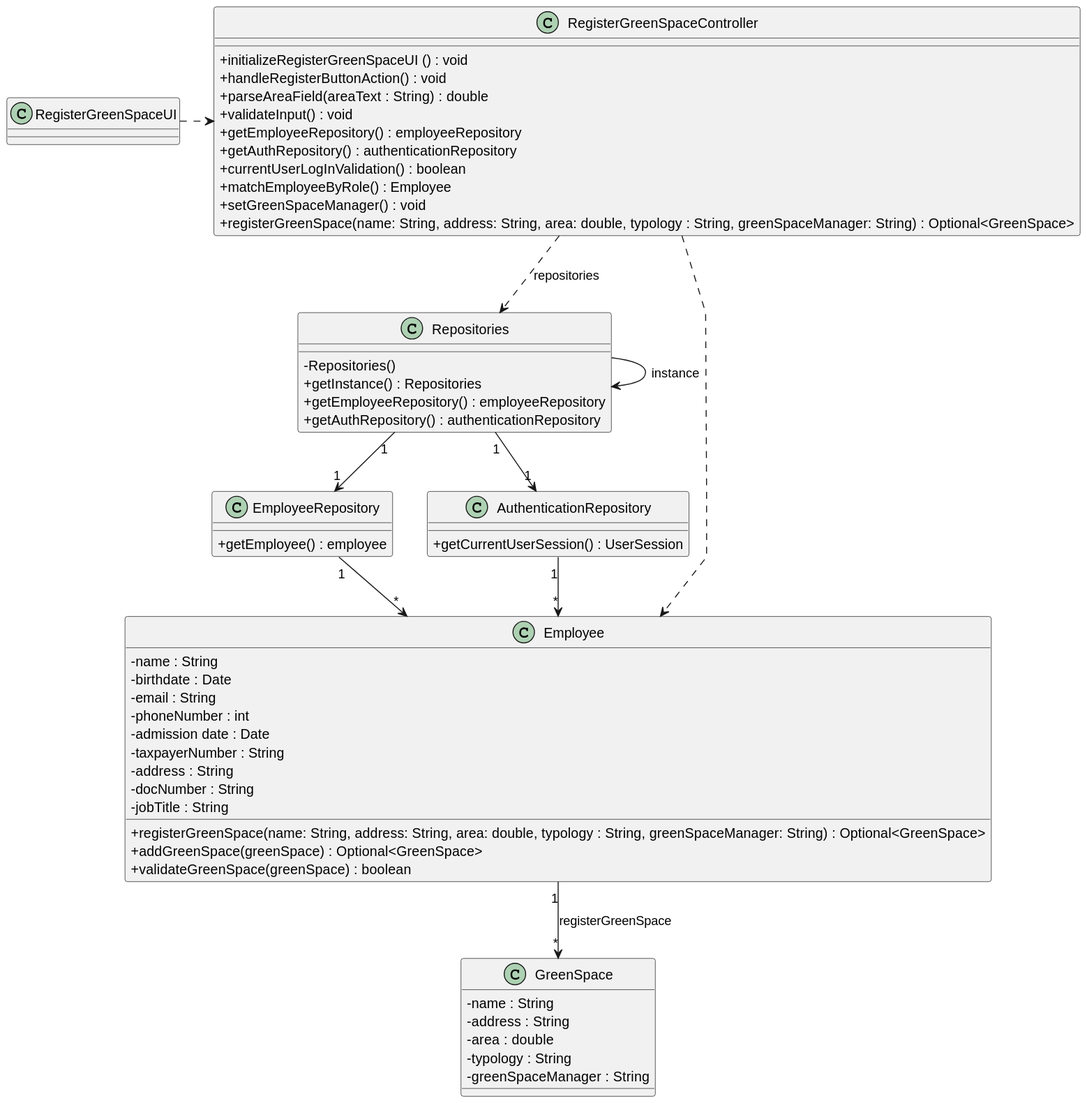
Earlier version of the PlantUML export docs/sprintC/US020/03.design/svg/us020-class-diagram.svg (LopemigueISEP/lei-24-s2-1nb-g312).
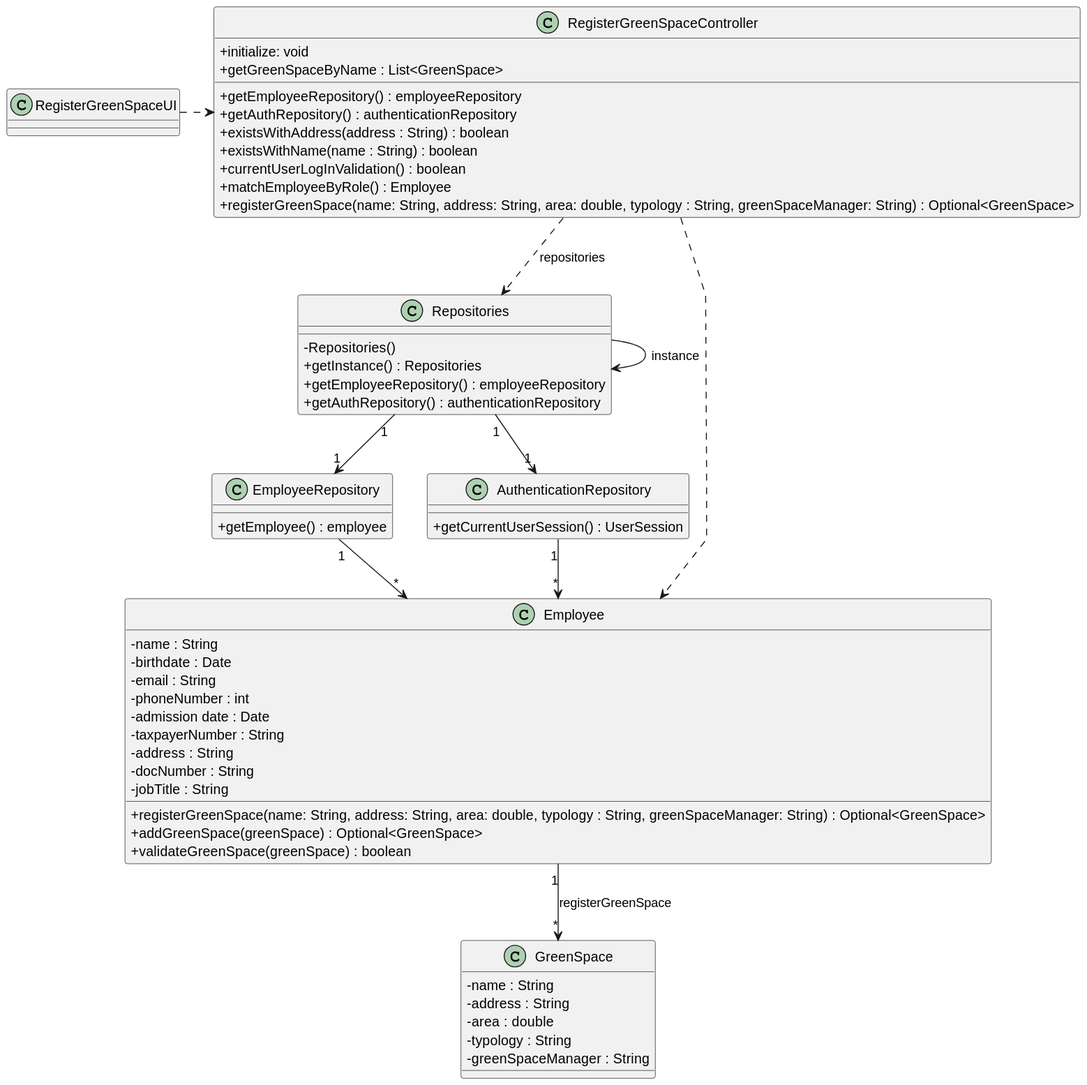
After the change.

Change to the diagram source:
```diff
@@ -11,15 +11,14 @@
 }
 
 class RegisterGreenSpaceController {
-    + initializeRegisterGreenSpaceUI () : void
-    + handleRegisterButtonAction() : void
-    + parseAreaField(areaText : String) : double
-    + validateInput() : void
+    + initialize: void
     + getEmployeeRepository() : employeeRepository
     + getAuthRepository() : authenticationRepository
+    + getGreenSpaceByName : List<GreenSpace>
+    + existsWithAddress(address : String) : boolean
+    + existsWithName(name : String) : boolean
     + currentUserLogInValidation() : boolean
     + matchEmployeeByRole() : Employee
-    + setGreenSpaceManager() : void
     + registerGreenSpace(name: String, address: String, area: double, typology : String, greenSpaceManager: String) : Optional<GreenSpace>
 
 }
```
